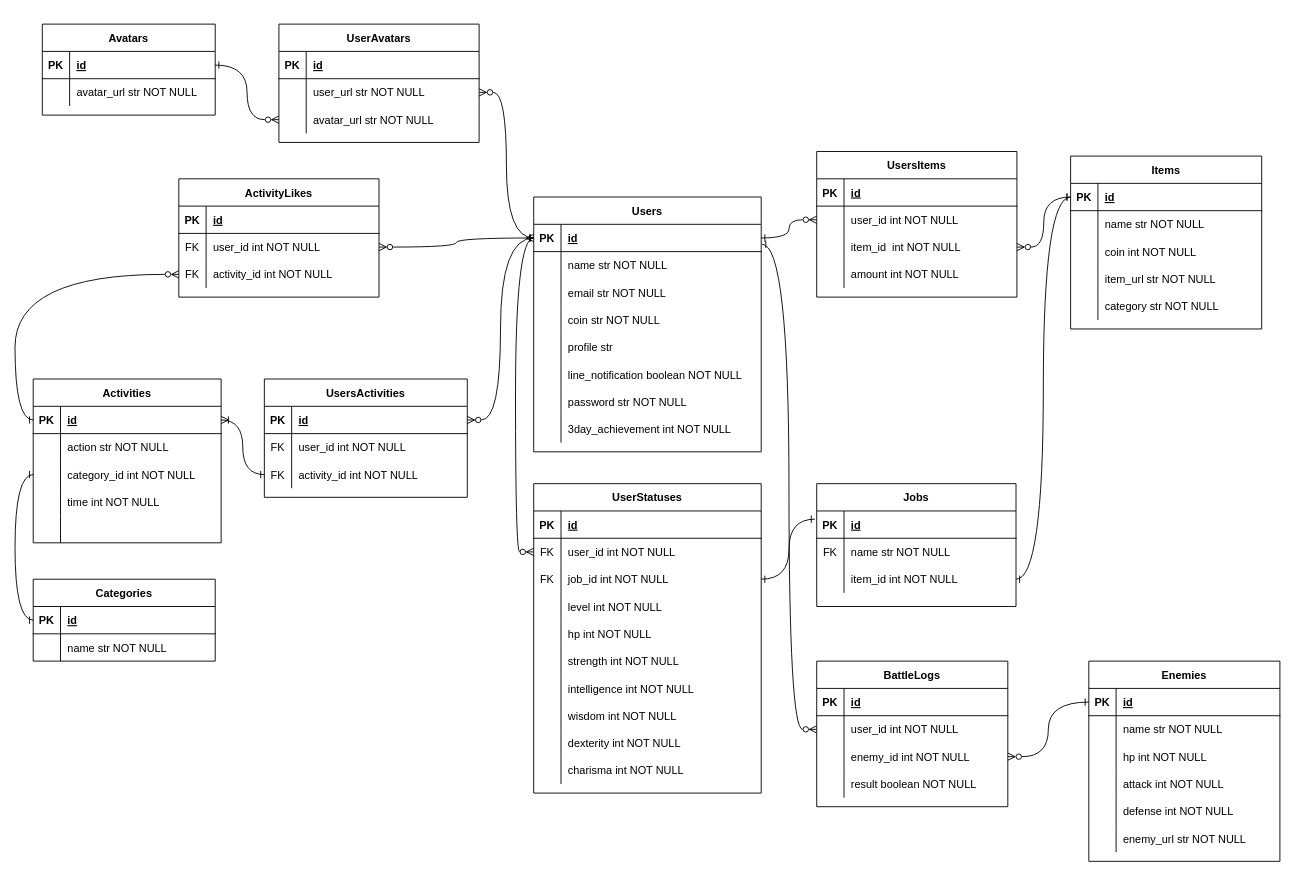
MaTTalv001/MAO_the_3rd_Day keeps this draw.io diagram as MAO_ER.drawio. Above is the earlier version. Source tidied: cells renumbered, new cells numbered last; positions are measured from the earlier drawing's top-left corner, leaving out a move shared by most shapes. Both pictures are drawn from the tidied source at 91%, with x=0, y=0 at pixel (33, 24).
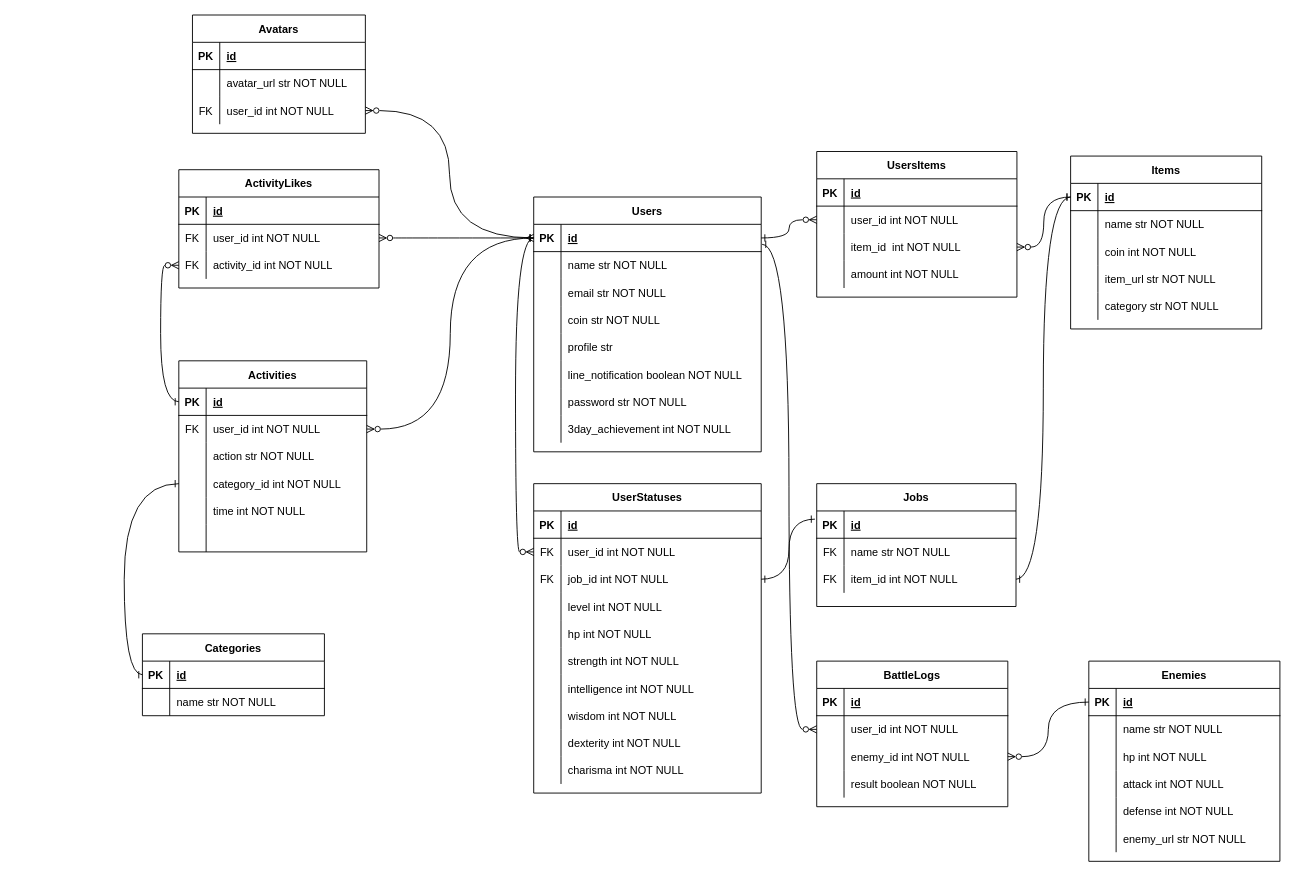
After the change.

Commit message:
MAO_ER.drawio を更新します

The change refers to these unchanged cells:
```xml
<mxCell id="3" style="shape=partialRectangle;fillColor=none;points=[[0,0.5],[1,0.5]];portConstraint=eastwest;top=0;left=0;right=0;bottom=1;" parent="2" vertex="1">
  <mxGeometry y="30" width="250" height="30" as="geometry" />
</mxCell>
<mxCell id="65" style="shape=partialRectangle;fillColor=none;points=[[0,0.5],[1,0.5]];portConstraint=eastwest;top=0;left=0;right=0;bottom=0;" parent="58" vertex="1">
  <mxGeometry y="90" width="219" height="30" as="geometry" />
</mxCell>
<mxCell id="98" style="shape=partialRectangle;fillColor=none;points=[[0,0.5],[1,0.5]];portConstraint=eastwest;top=0;left=0;right=0;bottom=1;" parent="97" vertex="1">
  <mxGeometry y="30" width="190" height="30" as="geometry" />
</mxCell>
<mxCell id="152" style="shape=partialRectangle;fillColor=none;points=[[0,0.5],[1,0.5]];portConstraint=eastwest;top=0;left=0;right=0;bottom=1;" parent="151" vertex="1">
  <mxGeometry y="30" width="206.5" height="30" as="geometry" />
</mxCell>
```

What changed in the source:
```diff
@@
-    <mxCell id="66" style="shape=partialRectangle;overflow=hidden;fillColor=none;top=0;left=0;bottom=0;right=0;" parent="65" vertex="1">
+    <mxCell id="66" value="FK" style="shape=partialRectangle;overflow=hidden;fillColor=none;top=0;left=0;bottom=0;right=0;" parent="65" vertex="1">
       <mxGeometry width="30" height="30" as="geometry" />
     </mxCell>
@@
     <mxCell id="97" value="Avatars" style="shape=table;startSize=30;childLayout=tableLayout;rowLines=0;fontStyle=1;align=center;" parent="1" vertex="1">
-      <mxGeometry x="10" width="190" height="100" as="geometry" />
+      <mxGeometry x="175" y="-10" width="190" height="130" as="geometry" />
     </mxCell>
@@
-    <mxCell id="104" value="UserAvatars" style="shape=table;startSize=30;childLayout=tableLayout;rowLines=0;fontStyle=1;align=center;" parent="1" vertex="1">
-      <mxGeometry x="270" width="220" height="130" as="geometry" />
-    </mxCell>
-    <mxCell id="105" style="shape=partialRectangle;fillColor=none;top=0;left=0;right=0;bottom=1;" parent="104" vertex="1">
-      <mxGeometry y="30" width="220" height="30" as="geometry" />
-    </mxCell>
-    <mxCell id="106" value="PK" style="shape=partialRectangle;overflow=hidden;fillColor=none;top=0;left=0;bottom=0;right=0;fontStyle=1;" parent="105" vertex="1">
-      <mxGeometry width="30" height="30" as="geometry" />
-    </mxCell>
-    <mxCell id="107" value="id" style="shape=partialRectangle;overflow=hidden;fillColor=none;top=0;left=0;bottom=0;right=0;align=left;spacingLeft=6;fontStyle=5;" parent="105" vertex="1">
-      <mxGeometry x="30" width="190" height="30" as="geometry" />
-    </mxCell>
-    <mxCell id="108" style="shape=partialRectangle;fillColor=none;points=[[0,0.5],[1,0.5]];portConstraint=eastwest;top=0;left=0;right=0;bottom=0;" parent="104" vertex="1">
-      <mxGeometry y="60" width="220" height="30" as="geometry" />
-    </mxCell>
-    <mxCell id="109" style="shape=partialRectangle;overflow=hidden;fillColor=none;top=0;left=0;bottom=0;right=0;" parent="108" vertex="1">
-      <mxGeometry width="30" height="30" as="geometry" />
-    </mxCell>
-    <mxCell id="110" value="user_url str NOT NULL" style="shape=partialRectangle;overflow=hidden;fillColor=none;top=0;left=0;bottom=0;right=0;align=left;spacingLeft=6;" parent="108" vertex="1">
-      <mxGeometry x="30" width="190" height="30" as="geometry" />
-    </mxCell>
-    <mxCell id="111" style="shape=partialRectangle;fillColor=none;points=[[0,0.5],[1,0.5]];portConstraint=eastwest;top=0;left=0;right=0;bottom=0;" parent="104" vertex="1">
-      <mxGeometry y="90" width="220" height="30" as="geometry" />
-    </mxCell>
-    <mxCell id="112" style="shape=partialRectangle;overflow=hidden;fillColor=none;top=0;left=0;bottom=0;right=0;" parent="111" vertex="1">
-      <mxGeometry width="30" height="30" as="geometry" />
-    </mxCell>
-    <mxCell id="113" value="avatar_url str NOT NULL" style="shape=partialRectangle;overflow=hidden;fillColor=none;top=0;left=0;bottom=0;right=0;align=left;spacingLeft=6;" parent="111" vertex="1">
-      <mxGeometry x="30" width="190" height="30" as="geometry" />
-    </mxCell>
+    <mxCell id="203" style="shape=partialRectangle;fillColor=none;points=[[0,0.5],[1,0.5]];portConstraint=eastwest;top=0;left=0;right=0;bottom=0;" parent="97" vertex="1">
+      <mxGeometry y="90" width="190" height="30" as="geometry" />
+    </mxCell>
+    <mxCell id="204" value="FK" style="shape=partialRectangle;overflow=hidden;fillColor=none;top=0;left=0;bottom=0;right=0;" parent="203" vertex="1">
+      <mxGeometry width="30" height="30" as="geometry" />
+    </mxCell>
+    <mxCell id="205" value="user_id int NOT NULL" style="shape=partialRectangle;overflow=hidden;fillColor=none;top=0;left=0;bottom=0;right=0;align=left;spacingLeft=6;" parent="203" vertex="1">
+      <mxGeometry x="30" width="160" height="30" as="geometry" />
+    </mxCell>
@@
-    <mxCell id="133" style="edgeStyle=orthogonalEdgeStyle;rounded=0;jettySize=auto;html=1;exitX=1;exitY=0.5;exitDx=0;exitDy=0;entryX=0;entryY=0.5;entryDx=0;entryDy=0;curved=1;startArrow=ERzeroToMany;startFill=0;endArrow=ERone;endFill=0;" parent="1" edge="1" source="108" target="3">
+    <mxCell id="133" style="edgeStyle=orthogonalEdgeStyle;rounded=0;jettySize=auto;html=1;exitX=1;exitY=0.5;exitDx=0;exitDy=0;entryX=0;entryY=0.5;entryDx=0;entryDy=0;curved=1;startArrow=ERzeroToMany;startFill=0;endArrow=ERone;endFill=0;" parent="1" edge="1" source="203" target="3">
       <mxGeometry relative="1" as="geometry" />
     </mxCell>
-    <mxCell id="134" style="edgeStyle=orthogonalEdgeStyle;rounded=0;jettySize=auto;html=1;exitX=1;exitY=0.5;exitDx=0;exitDy=0;entryX=0;entryY=0.5;entryDx=0;entryDy=0;curved=1;startArrow=ERone;startFill=0;endArrow=ERzeroToMany;endFill=0;" parent="1" edge="1" source="98" target="111">
-      <mxGeometry relative="1" as="geometry" />
-    </mxCell>
@@
-    <mxCell id="140" value="UsersActivities" style="shape=table;startSize=30;childLayout=tableLayout;rowLines=0;fontStyle=1;align=center;" parent="1" vertex="1">
-      <mxGeometry x="254" y="390" width="223" height="130" as="geometry" />
-    </mxCell>
-    <mxCell id="141" style="shape=partialRectangle;fillColor=none;points=[[0,0.5],[1,0.5]];portConstraint=eastwest;top=0;left=0;right=0;bottom=1;" parent="140" vertex="1">
-      <mxGeometry y="30" width="223" height="30" as="geometry" />
-    </mxCell>
-    <mxCell id="142" value="PK" style="shape=partialRectangle;overflow=hidden;fillColor=none;top=0;left=0;bottom=0;right=0;fontStyle=1;" parent="141" vertex="1">
-      <mxGeometry width="30" height="30" as="geometry" />
-    </mxCell>
-    <mxCell id="143" value="id" style="shape=partialRectangle;overflow=hidden;fillColor=none;top=0;left=0;bottom=0;right=0;align=left;spacingLeft=6;fontStyle=5;" parent="141" vertex="1">
-      <mxGeometry x="30" width="193" height="30" as="geometry" />
-    </mxCell>
-    <mxCell id="144" style="shape=partialRectangle;fillColor=none;top=0;left=0;right=0;bottom=0;" parent="140" vertex="1">
-      <mxGeometry y="60" width="223" height="30" as="geometry" />
-    </mxCell>
-    <mxCell id="145" value="FK" style="shape=partialRectangle;overflow=hidden;fillColor=none;top=0;left=0;bottom=0;right=0;" parent="144" vertex="1">
-      <mxGeometry width="30" height="30" as="geometry" />
-    </mxCell>
-    <mxCell id="146" value="user_id int NOT NULL" style="shape=partialRectangle;overflow=hidden;fillColor=none;top=0;left=0;bottom=0;right=0;align=left;spacingLeft=6;" parent="144" vertex="1">
-      <mxGeometry x="30" width="193" height="30" as="geometry" />
-    </mxCell>
-    <mxCell id="147" style="shape=partialRectangle;fillColor=none;points=[[0,0.5],[1,0.5]];portConstraint=eastwest;top=0;left=0;right=0;bottom=0;" parent="140" vertex="1">
-      <mxGeometry y="90" width="223" height="30" as="geometry" />
-    </mxCell>
-    <mxCell id="148" value="FK" style="shape=partialRectangle;overflow=hidden;fillColor=none;top=0;left=0;bottom=0;right=0;" parent="147" vertex="1">
-      <mxGeometry width="30" height="30" as="geometry" />
-    </mxCell>
-    <mxCell id="149" value="activity_id int NOT NULL" style="shape=partialRectangle;overflow=hidden;fillColor=none;top=0;left=0;bottom=0;right=0;align=left;spacingLeft=6;" parent="147" vertex="1">
-      <mxGeometry x="30" width="193" height="30" as="geometry" />
-    </mxCell>
-    <mxCell id="150" style="edgeStyle=orthogonalEdgeStyle;rounded=0;jettySize=auto;html=1;exitX=1;exitY=0.5;exitDx=0;exitDy=0;entryX=0;entryY=0.5;entryDx=0;entryDy=0;curved=1;startArrow=ERzeroToMany;startFill=0;endArrow=ERmany;endFill=0;" parent="1" edge="1" source="141" target="3">
+    <mxCell id="150" style="edgeStyle=orthogonalEdgeStyle;rounded=0;jettySize=auto;html=1;entryX=0;entryY=0.5;entryDx=0;entryDy=0;curved=1;startArrow=ERzeroToMany;startFill=0;endArrow=ERmany;endFill=0;exitX=1;exitY=0.5;exitDx=0;exitDy=0;" parent="1" edge="1" source="206" target="3">
       <mxGeometry relative="1" as="geometry" />
     </mxCell>
     <mxCell id="151" value="Activities" style="shape=table;startSize=30;childLayout=tableLayout;rowLines=0;fontStyle=1;align=center;" parent="1" vertex="1">
-      <mxGeometry y="390" width="206.5" height="180" as="geometry" />
+      <mxGeometry x="160" y="370" width="206.5" height="210" as="geometry" />
     </mxCell>
@@
+    <mxCell id="206" style="shape=partialRectangle;fillColor=none;points=[[0,0.5],[1,0.5]];portConstraint=eastwest;top=0;left=0;right=0;bottom=0;" parent="151" vertex="1">
+      <mxGeometry y="60" width="206.5" height="30" as="geometry" />
+    </mxCell>
+    <mxCell id="207" value="FK" style="shape=partialRectangle;overflow=hidden;fillColor=none;top=0;left=0;bottom=0;right=0;" parent="206" vertex="1">
+      <mxGeometry width="30" height="30" as="geometry" />
+    </mxCell>
+    <mxCell id="208" value="user_id int NOT NULL" style="shape=partialRectangle;overflow=hidden;fillColor=none;top=0;left=0;bottom=0;right=0;align=left;spacingLeft=6;" parent="206" vertex="1">
+      <mxGeometry x="30" width="176.5" height="30" as="geometry" />
+    </mxCell>
     <mxCell id="155" style="shape=partialRectangle;fillColor=none;top=0;left=0;right=0;bottom=0;" parent="151" vertex="1">
-      <mxGeometry y="60" width="206.5" height="30" as="geometry" />
+      <mxGeometry y="90" width="206.5" height="30" as="geometry" />
     </mxCell>
@@
     <mxCell id="158" style="shape=partialRectangle;fillColor=none;points=[[0,0.5],[1,0.5]];portConstraint=eastwest;top=0;left=0;right=0;bottom=0;" parent="151" vertex="1">
-      <mxGeometry y="90" width="206.5" height="30" as="geometry" />
+      <mxGeometry y="120" width="206.5" height="30" as="geometry" />
     </mxCell>
@@
     <mxCell id="161" style="shape=partialRectangle;fillColor=none;top=0;left=0;right=0;bottom=0;" parent="151" vertex="1">
-      <mxGeometry y="120" width="206.5" height="30" as="geometry" />
+      <mxGeometry y="150" width="206.5" height="30" as="geometry" />
     </mxCell>
@@
     <mxCell id="164" style="shape=partialRectangle;fillColor=none;top=0;left=0;right=0;bottom=0;" parent="151" vertex="1">
-      <mxGeometry y="150" width="206.5" height="30" as="geometry" />
+      <mxGeometry y="180" width="206.5" height="30" as="geometry" />
     </mxCell>
@@
-    <mxCell id="167" style="edgeStyle=orthogonalEdgeStyle;rounded=0;jettySize=auto;html=1;exitX=0;exitY=0.5;exitDx=0;exitDy=0;entryX=1;entryY=0.5;entryDx=0;entryDy=0;curved=1;startArrow=ERone;startFill=0;endArrow=ERoneToMany;endFill=0;" parent="1" edge="1" source="147" target="152">
-      <mxGeometry relative="1" as="geometry" />
-    </mxCell>
     <mxCell id="168" value="Categories" style="shape=table;startSize=30;childLayout=tableLayout;rowLines=0;fontStyle=1;align=center;" parent="1" vertex="1">
-      <mxGeometry y="610" width="200" height="90" as="geometry" />
+      <mxGeometry x="120" y="670" width="200" height="90" as="geometry" />
     </mxCell>
@@
     <mxCell id="176" value="ActivityLikes" style="shape=table;startSize=30;childLayout=tableLayout;rowLines=0;fontStyle=1;align=center;" parent="1" vertex="1">
-      <mxGeometry x="160" y="170" width="220" height="130" as="geometry" />
+      <mxGeometry x="160" y="160" width="220" height="130" as="geometry" />
     </mxCell>
```
